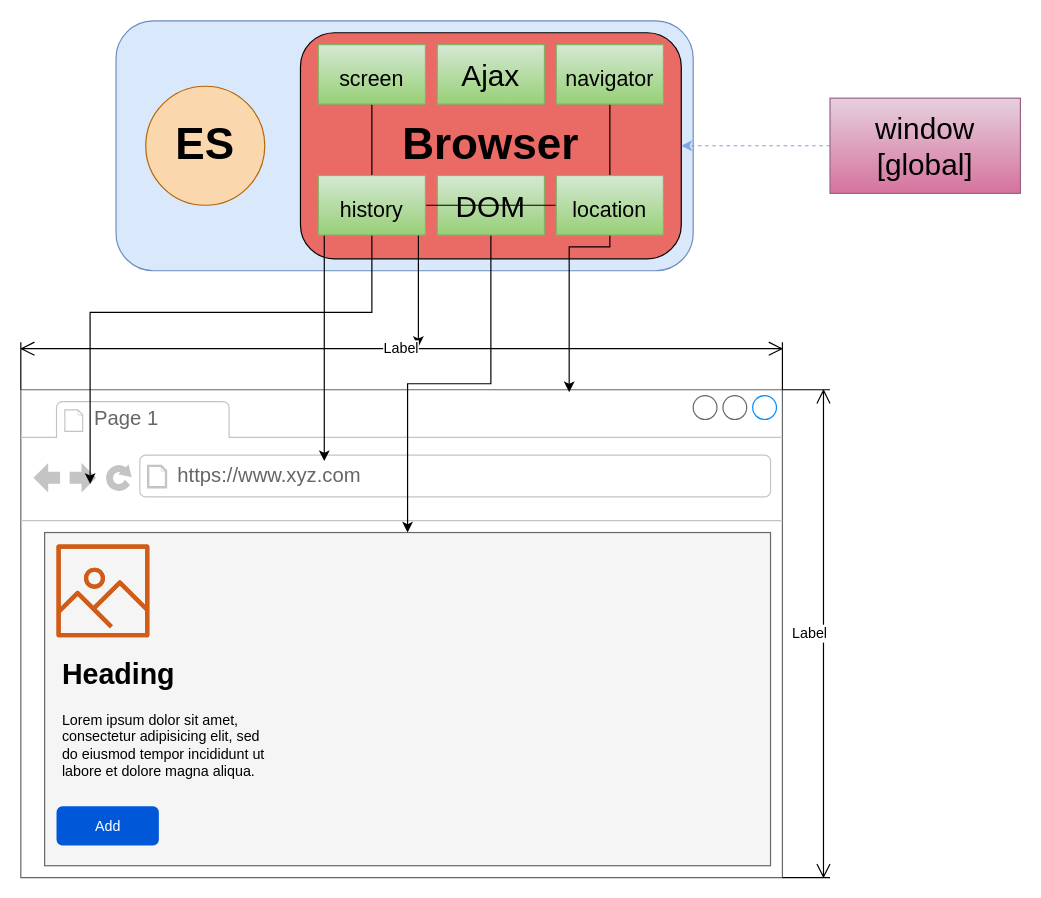
Before: page "Browser" (3 of 5) of dom.drawio in modern-es/140310-session03, a draw.io diagram. Source tidied: cells renumbered, new cells numbered last; positions are measured from the earlier drawing's top-left corner, leaving out a move shared by most shapes. Both pictures are drawn from the tidied source at 119%, with x=0, y=0 at pixel (20, 20).
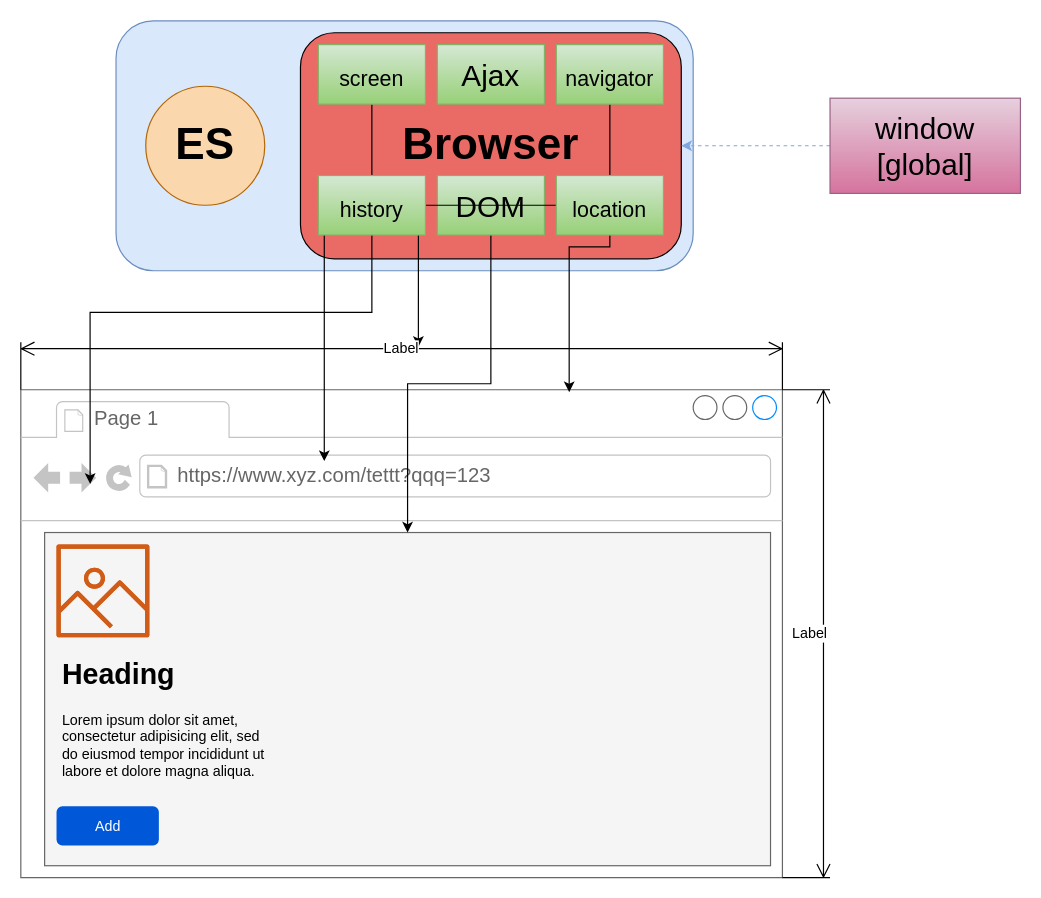
Above is the later version.

The change refers to these unchanged cells:
```xml
<mxCell id="5" style="strokeWidth=1;shadow=0;dashed=0;align=center;html=1;shape=mxgraph.mockup.containers.browserWindow;rSize=0;strokeColor=#666666;strokeColor2=#008cff;strokeColor3=#c4c4c4;mainText=,;" parent="1" vertex="1">
  <mxGeometry y="310" width="640" height="410" as="geometry" />
</mxCell>
```

What changed in the source:
```diff
@@
-    <mxCell id="8" value="https://www.xyz.com" style="strokeWidth=1;shadow=0;dashed=0;align=center;html=1;shape=mxgraph.mockup.containers.anchor;rSize=0;fontSize=17;fontColor=#666666;align=left;" parent="5" vertex="1">
+    <mxCell id="8" value="https://www.xyz.com/tettt?qqq=123" style="strokeWidth=1;shadow=0;dashed=0;align=center;html=1;shape=mxgraph.mockup.containers.anchor;rSize=0;fontSize=17;fontColor=#666666;align=left;" parent="5" vertex="1">
       <mxGeometry x="130" y="60" width="250" height="26" as="geometry" />
     </mxCell>
```
